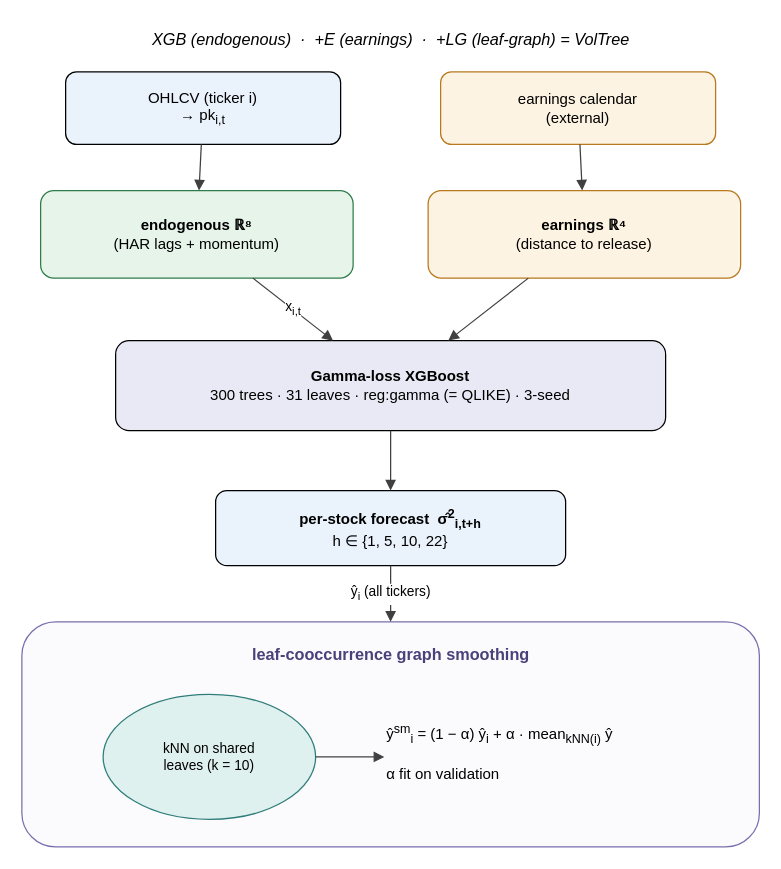
ntquy9901/stock_vol_prediction01 keeps this draw.io diagram as docs/paper/figures/fig_architecture.drawio. Above is the earlier version. Source tidied: cells renumbered, new cells numbered last; positions are measured from the earlier drawing's top-left corner, leaving out a move shared by most shapes. Both pictures are drawn from the tidied source at 125%, with x=0, y=0 at pixel (21, 21).
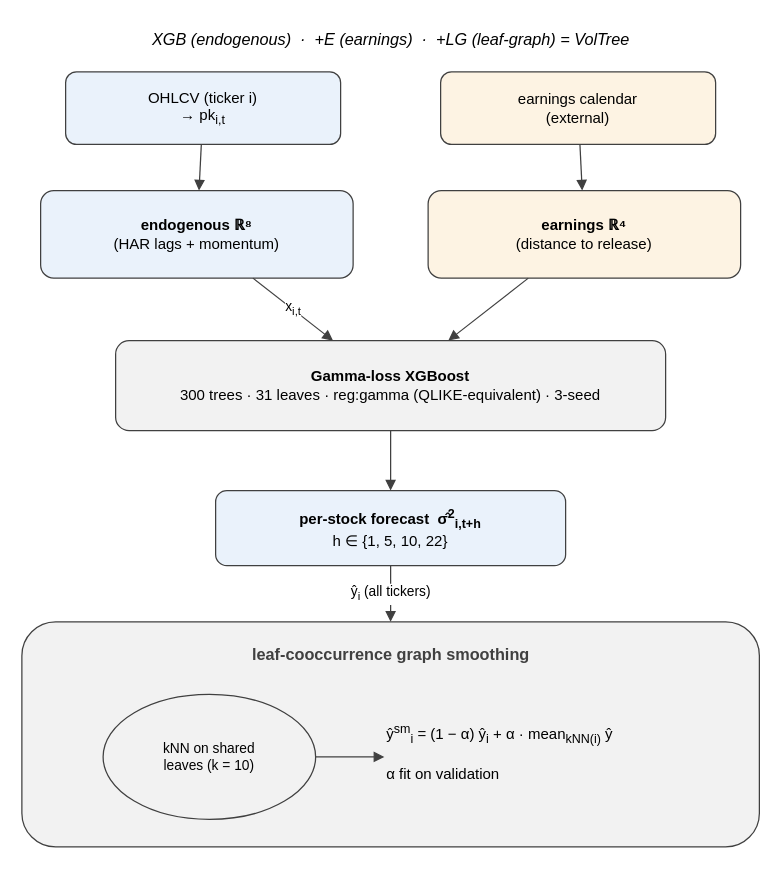
After the change.

Diff of the diagram source:
```diff
@@
 <mxGraphModel>
   <root>
     <mxCell id="0" />
     <mxCell id="1" parent="0" />
     <mxCell id="2" value="XGB (endogenous)  ·  +E (earnings)  ·  +LG (leaf-graph) = VolTree" style="text;html=1;align=center;fontSize=13;fontStyle=2;" parent="1" vertex="1">
       <mxGeometry x="15" width="560" height="26" as="geometry" />
     </mxCell>
-    <mxCell id="3" value="OHLCV (ticker i)&lt;br&gt;→ pk&lt;sub&gt;i,t&lt;/sub&gt;" style="rounded=1;whiteSpace=wrap;html=1;fillColor=#eaf2fb;strokeColor=#000000;fontSize=12;verticalAlign=middle;" parent="1" vertex="1">
+    <mxCell id="3" value="OHLCV (ticker i)&lt;br&gt;→ pk&lt;sub&gt;i,t&lt;/sub&gt;" style="rounded=1;whiteSpace=wrap;html=1;fillColor=#eaf2fb;strokeColor=#404040;fontSize=12;verticalAlign=middle;" parent="1" vertex="1">
       <mxGeometry x="35" y="40" width="220" height="58" as="geometry" />
     </mxCell>
-    <mxCell id="4" value="earnings calendar&lt;br&gt;(external)" style="rounded=1;whiteSpace=wrap;html=1;fillColor=#fdf3e3;strokeColor=#b8791f;fontSize=12;verticalAlign=middle;" parent="1" vertex="1">
+    <mxCell id="4" value="earnings calendar&lt;br&gt;(external)" style="rounded=1;whiteSpace=wrap;html=1;fillColor=#fdf3e3;strokeColor=#404040;fontSize=12;verticalAlign=middle;" parent="1" vertex="1">
       <mxGeometry x="335" y="40" width="220" height="58" as="geometry" />
     </mxCell>
-    <mxCell id="5" value="&lt;b&gt;endogenous ℝ⁸&lt;/b&gt;&lt;br&gt;(HAR lags + momentum)" style="rounded=1;whiteSpace=wrap;html=1;fillColor=#e7f4ea;strokeColor=#2f7d4a;fontSize=12;verticalAlign=middle;" parent="1" vertex="1">
+    <mxCell id="5" value="&lt;b&gt;endogenous ℝ⁸&lt;/b&gt;&lt;br&gt;(HAR lags + momentum)" style="rounded=1;whiteSpace=wrap;html=1;fillColor=#eaf2fb;strokeColor=#404040;fontSize=12;verticalAlign=middle;" parent="1" vertex="1">
       <mxGeometry x="15" y="135" width="250" height="70" as="geometry" />
     </mxCell>
-    <mxCell id="6" value="&lt;b&gt;earnings ℝ⁴&lt;/b&gt;&lt;br&gt;(distance to release)" style="rounded=1;whiteSpace=wrap;html=1;fillColor=#fdf3e3;strokeColor=#b8791f;fontSize=12;verticalAlign=middle;" parent="1" vertex="1">
+    <mxCell id="6" value="&lt;b&gt;earnings ℝ⁴&lt;/b&gt;&lt;br&gt;(distance to release)" style="rounded=1;whiteSpace=wrap;html=1;fillColor=#fdf3e3;strokeColor=#404040;fontSize=12;verticalAlign=middle;" parent="1" vertex="1">
       <mxGeometry x="325" y="135" width="250" height="70" as="geometry" />
     </mxCell>
-    <mxCell id="7" value="&lt;b&gt;Gamma-loss XGBoost&lt;/b&gt;&lt;br&gt;300 trees · 31 leaves · reg:gamma (= QLIKE) · 3-seed" style="rounded=1;whiteSpace=wrap;html=1;fillColor=#e9e9f5;strokeColor=#000000;fontSize=12;verticalAlign=middle;" parent="1" vertex="1">
+    <mxCell id="7" value="&lt;b&gt;Gamma-loss XGBoost&lt;/b&gt;&lt;br&gt;300 trees · 31 leaves · reg:gamma (QLIKE-equivalent) · 3-seed" style="rounded=1;whiteSpace=wrap;html=1;fillColor=#f2f2f2;strokeColor=#404040;fontSize=12;verticalAlign=middle;" parent="1" vertex="1">
       <mxGeometry x="75" y="255" width="440" height="72" as="geometry" />
     </mxCell>
-    <mxCell id="8" value="&lt;b&gt;per-stock forecast  σ̂&lt;sup&gt;2&lt;/sup&gt;&lt;sub&gt;i,t+h&lt;/sub&gt;&lt;/b&gt;&lt;br&gt;h ∈ {1, 5, 10, 22}" style="rounded=1;whiteSpace=wrap;html=1;fillColor=#eaf2fb;strokeColor=#000000;fontSize=12;verticalAlign=middle;" parent="1" vertex="1">
+    <mxCell id="8" value="&lt;b&gt;per-stock forecast  σ̂&lt;sup&gt;2&lt;/sup&gt;&lt;sub&gt;i,t+h&lt;/sub&gt;&lt;/b&gt;&lt;br&gt;h ∈ {1, 5, 10, 22}" style="rounded=1;whiteSpace=wrap;html=1;fillColor=#eaf2fb;strokeColor=#404040;fontSize=12;verticalAlign=middle;" parent="1" vertex="1">
       <mxGeometry x="155" y="375" width="280" height="60" as="geometry" />
     </mxCell>
-    <mxCell id="9" style="rounded=1;whiteSpace=wrap;html=1;fillColor=#fbfbfd;strokeColor=#7a6fae;verticalAlign=top;" parent="1" vertex="1">
+    <mxCell id="9" style="rounded=1;whiteSpace=wrap;html=1;fillColor=#f2f2f2;strokeColor=#404040;verticalAlign=top;" parent="1" vertex="1">
       <mxGeometry y="480" width="590" height="180" as="geometry" />
     </mxCell>
-    <mxCell id="10" value="&lt;b&gt;leaf-cooccurrence graph smoothing&lt;/b&gt;" style="text;html=1;align=center;fontSize=13;fontColor=#4a417a;" parent="1" vertex="1">
+    <mxCell id="10" value="&lt;b&gt;leaf-cooccurrence graph smoothing&lt;/b&gt;" style="text;html=1;align=center;fontSize=13;fontColor=#404040;" parent="1" vertex="1">
       <mxGeometry x="20" y="492" width="550" height="24" as="geometry" />
     </mxCell>
-    <mxCell id="11" value="kNN on shared&lt;br&gt;leaves (k = 10)" style="ellipse;whiteSpace=wrap;html=1;fillColor=#dff1ef;strokeColor=#2f7d7a;fontSize=11;verticalAlign=middle;" parent="1" vertex="1">
+    <mxCell id="11" value="kNN on shared&lt;br&gt;leaves (k = 10)" style="ellipse;whiteSpace=wrap;html=1;fillColor=#f2f2f2;strokeColor=#404040;fontSize=11;verticalAlign=middle;" parent="1" vertex="1">
       <mxGeometry x="65" y="538" width="170" height="100" as="geometry" />
     </mxCell>
     <mxCell id="12" value="ŷ&lt;sup&gt;sm&lt;/sup&gt;&lt;sub&gt;i&lt;/sub&gt; = (1 − α) ŷ&lt;sub&gt;i&lt;/sub&gt; + α · mean&lt;sub&gt;kNN(i)&lt;/sub&gt; ŷ&lt;br&gt;&lt;br&gt;α fit on validation" style="text;html=1;align=left;fontSize=12;whiteSpace=wrap;" parent="1" vertex="1">
       <mxGeometry x="290" y="553" width="300" height="70" as="geometry" />
     </mxCell>
     <mxCell id="13" style="endArrow=block;html=1;strokeColor=#404040;" parent="1" edge="1" source="3" target="5">
       <mxGeometry relative="1" as="geometry" />
     </mxCell>
     <mxCell id="14" style="endArrow=block;html=1;strokeColor=#404040;" parent="1" edge="1" source="4" target="6">
       <mxGeometry relative="1" as="geometry" />
     </mxCell>
     <mxCell id="15" value="x&lt;sub&gt;i,t&lt;/sub&gt;" style="endArrow=block;html=1;strokeColor=#404040;fontSize=11;" parent="1" edge="1" source="5" target="7">
       <mxGeometry relative="1" as="geometry" />
     </mxCell>
     <mxCell id="16" style="endArrow=block;html=1;strokeColor=#404040;" parent="1" edge="1" source="6" target="7">
       <mxGeometry relative="1" as="geometry" />
     </mxCell>
     <mxCell id="17" style="endArrow=block;html=1;strokeColor=#404040;" parent="1" edge="1" source="7" target="8">
       <mxGeometry relative="1" as="geometry" />
     </mxCell>
     <mxCell id="18" value="ŷ&lt;sub&gt;i&lt;/sub&gt; (all tickers)" style="endArrow=block;html=1;strokeColor=#404040;fontSize=11;" parent="1" edge="1" source="8" target="9">
       <mxGeometry relative="1" as="geometry" />
     </mxCell>
     <mxCell id="19" style="endArrow=block;html=1;strokeColor=#404040;exitX=1;exitY=0.5;exitDx=0;exitDy=0;entryX=0;entryY=0.5;entryDx=0;entryDy=0;" parent="1" edge="1" source="11" target="12">
       <mxGeometry relative="1" as="geometry" />
     </mxCell>
   </root>
 </mxGraphModel>
```
